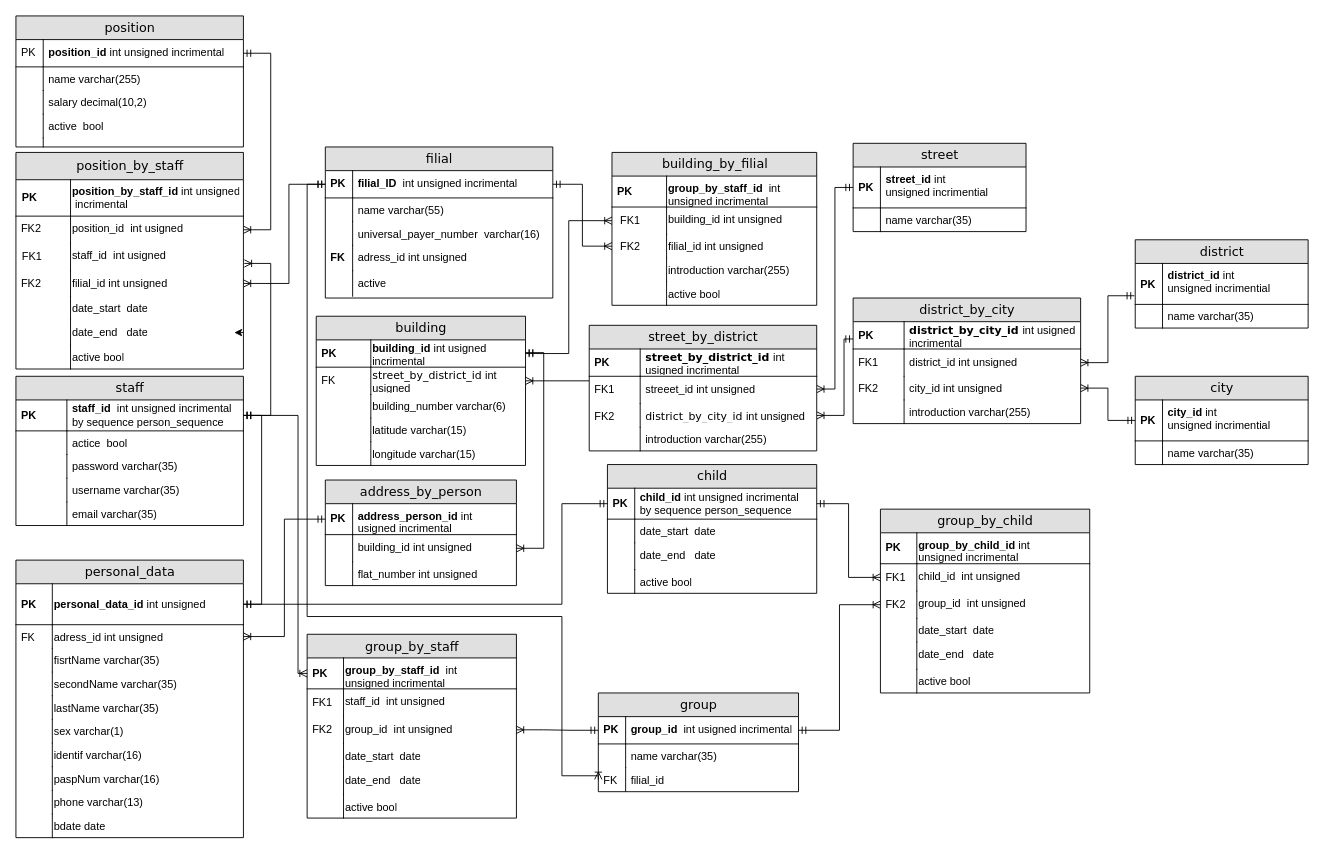
This is HA.drawio from 1LeoSkaR1/git-demo, a draw.io file, before an edit. Source tidied: cells renumbered, new cells numbered last; positions are measured from the earlier drawing's top-left corner, leaving out a move shared by most shapes. Both pictures are drawn from the tidied source at 91%, with x=0, y=0 at pixel (15, 15).
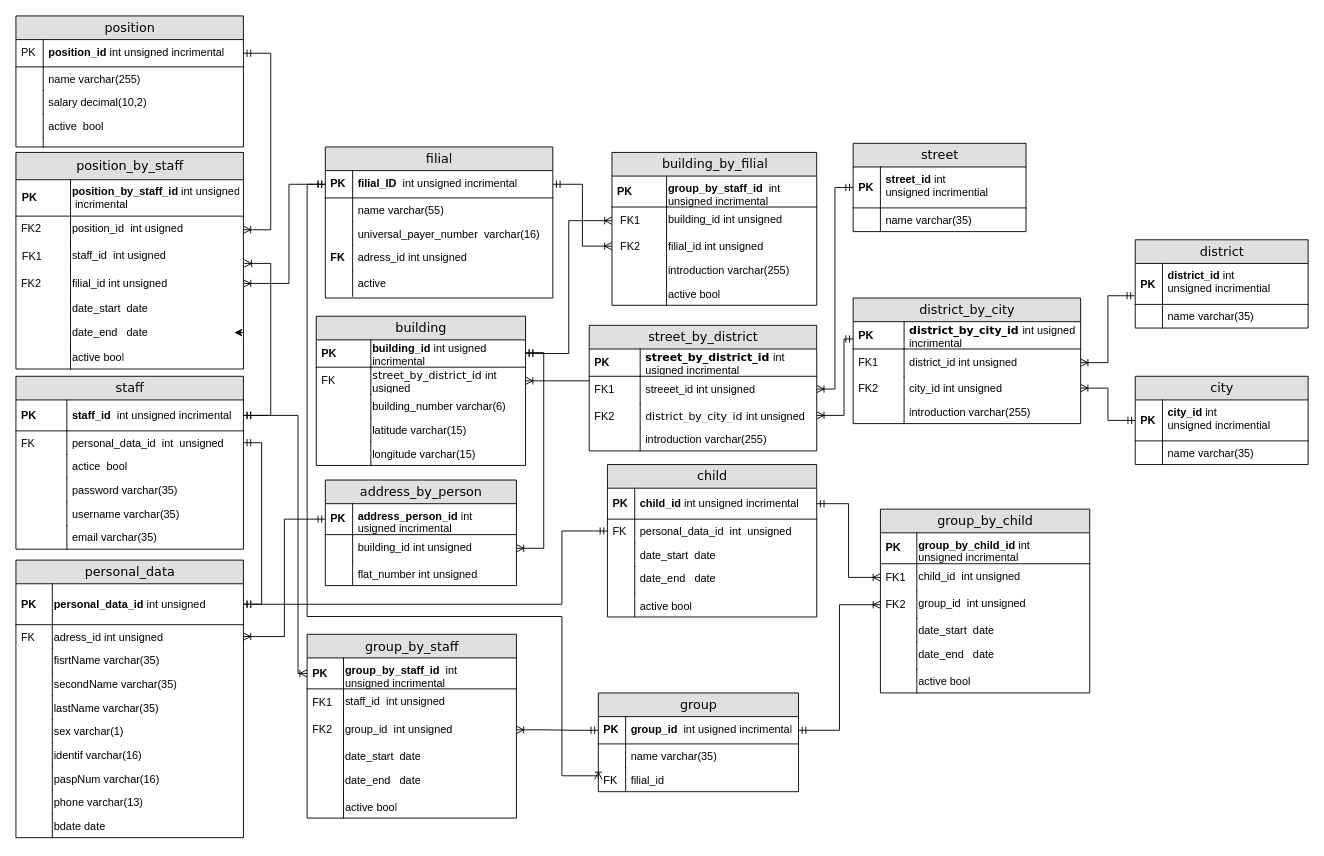
Above is the later version.

Unchanged cells that the change refers to:
```xml
<mxCell id="25" value="personal_data_id&amp;nbsp;&lt;span style=&quot;font-weight: 400 ; font-size: 12px&quot;&gt;int&amp;nbsp;&lt;/span&gt;&lt;span style=&quot;font-weight: 400&quot;&gt;unsigned&amp;nbsp;&lt;/span&gt;" style="shape=partialRectangle;top=0;left=0;right=0;bottom=1;html=1;align=left;verticalAlign=middle;fillColor=none;spacingLeft=40;spacingRight=4;whiteSpace=wrap;overflow=hidden;points=[[0,0.5],[1,0.5]];portConstraint=eastwest;fontStyle=1;fontSize=12;" parent="24" vertex="1">
  <mxGeometry y="26" width="250" height="45" as="geometry" />
</mxCell>
```

What changed in the source:
```diff
@@
     <mxCell id="2" value="staff" style="swimlane;html=1;fontStyle=0;horizontal=1;startSize=26;fillColor=#e0e0e0;swimlaneFillColor=#ffffff;align=center;rounded=0;shadow=0;comic=0;labelBackgroundColor=none;strokeWidth=1;fontFamily=Verdana;fontSize=14;" parent="1" vertex="1">
-      <mxGeometry y="396" width="250" height="164" as="geometry" />
+      <mxGeometry y="396" width="250" height="190" as="geometry" />
     </mxCell>
-    <mxCell id="3" value="staff_id&amp;nbsp;&lt;span style=&quot;font-weight: 400&quot;&gt;&amp;nbsp;int&amp;nbsp;&lt;/span&gt;&lt;span style=&quot;font-weight: 400&quot;&gt;unsigned&amp;nbsp;&lt;/span&gt;&lt;span style=&quot;font-weight: 400&quot;&gt;incrimental&lt;br&gt;by sequence person_&lt;/span&gt;&lt;span style=&quot;font-weight: 400&quot;&gt;sequence&amp;nbsp;&lt;/span&gt;&lt;span style=&quot;font-weight: 400&quot;&gt;&lt;br&gt;&lt;/span&gt;" style="shape=partialRectangle;top=0;left=0;right=0;bottom=1;html=1;align=left;verticalAlign=middle;fillColor=none;spacingLeft=60;spacingRight=4;whiteSpace=wrap;overflow=hidden;points=[[0,0.5],[1,0.5]];portConstraint=eastwest;fontStyle=1;" parent="2" vertex="1">
+    <mxCell id="3" value="staff_id&amp;nbsp;&lt;span style=&quot;font-weight: 400&quot;&gt;&amp;nbsp;int&amp;nbsp;&lt;/span&gt;&lt;span style=&quot;font-weight: 400&quot;&gt;unsigned&amp;nbsp;&lt;/span&gt;&lt;span style=&quot;font-weight: 400&quot;&gt;incrimental&lt;/span&gt;&lt;span style=&quot;font-weight: 400&quot;&gt;&lt;br&gt;&lt;/span&gt;" style="shape=partialRectangle;top=0;left=0;right=0;bottom=1;html=1;align=left;verticalAlign=middle;fillColor=none;spacingLeft=60;spacingRight=4;whiteSpace=wrap;overflow=hidden;points=[[0,0.5],[1,0.5]];portConstraint=eastwest;fontStyle=1;" parent="2" vertex="1">
       <mxGeometry y="26" width="250" height="34" as="geometry" />
     </mxCell>
@@
-    <mxCell id="5" value="actice&amp;nbsp; bool" style="shape=partialRectangle;top=0;left=0;right=0;bottom=0;html=1;align=left;verticalAlign=top;fillColor=none;spacingLeft=60;spacingRight=4;whiteSpace=wrap;overflow=hidden;points=[[0,0.5],[1,0.5]];portConstraint=eastwest;" parent="2" vertex="1">
+    <mxCell id="5" value="personal_data_id&amp;nbsp; int&amp;nbsp; unsigned" style="shape=partialRectangle;top=0;left=0;right=0;bottom=0;html=1;align=left;verticalAlign=top;fillColor=none;spacingLeft=60;spacingRight=4;whiteSpace=wrap;overflow=hidden;points=[[0,0.5],[1,0.5]];portConstraint=eastwest;" parent="2" vertex="1">
       <mxGeometry y="60" width="250" height="26" as="geometry" />
     </mxCell>
-    <mxCell id="6" style="shape=partialRectangle;top=0;left=0;bottom=0;html=1;fillColor=none;align=left;verticalAlign=top;spacingLeft=4;spacingRight=4;whiteSpace=wrap;overflow=hidden;" parent="5" vertex="1">
+    <mxCell id="6" value="FK" style="shape=partialRectangle;top=0;left=0;bottom=0;html=1;fillColor=none;align=left;verticalAlign=top;spacingLeft=4;spacingRight=4;whiteSpace=wrap;overflow=hidden;" parent="5" vertex="1">
       <mxGeometry width="56" height="26" as="geometry" />
     </mxCell>
+    <mxCell id="195" value="actice&amp;nbsp; bool" style="shape=partialRectangle;top=0;left=0;right=0;bottom=0;html=1;align=left;verticalAlign=top;fillColor=none;spacingLeft=60;spacingRight=4;whiteSpace=wrap;overflow=hidden;" parent="2" vertex="1">
+      <mxGeometry y="86" width="250" height="26" as="geometry" />
+    </mxCell>
+    <mxCell id="196" style="shape=partialRectangle;top=0;left=0;bottom=0;html=1;fillColor=none;align=left;verticalAlign=top;spacingLeft=4;spacingRight=4;whiteSpace=wrap;overflow=hidden;" parent="195" vertex="1">
+      <mxGeometry width="56" height="26" as="geometry" />
+    </mxCell>
     <mxCell id="7" value="password varchar(35)" style="shape=partialRectangle;top=0;left=0;right=0;bottom=0;html=1;align=left;verticalAlign=top;fillColor=none;spacingLeft=60;spacingRight=4;whiteSpace=wrap;overflow=hidden;" parent="2" vertex="1">
-      <mxGeometry y="86" width="250" height="26" as="geometry" />
+      <mxGeometry y="112" width="250" height="26" as="geometry" />
     </mxCell>
@@
     <mxCell id="9" value="username varchar(35)" style="shape=partialRectangle;top=0;left=0;right=0;bottom=0;html=1;align=left;verticalAlign=top;fillColor=none;spacingLeft=60;spacingRight=4;whiteSpace=wrap;overflow=hidden;" parent="2" vertex="1">
-      <mxGeometry y="112" width="250" height="26" as="geometry" />
+      <mxGeometry y="138" width="250" height="26" as="geometry" />
     </mxCell>
@@
     <mxCell id="11" value="email varchar(35)" style="shape=partialRectangle;top=0;left=0;right=0;bottom=0;html=1;align=left;verticalAlign=top;fillColor=none;spacingLeft=60;spacingRight=4;whiteSpace=wrap;overflow=hidden;" parent="2" vertex="1">
-      <mxGeometry y="138" width="250" height="26" as="geometry" />
+      <mxGeometry y="164" width="250" height="26" as="geometry" />
     </mxCell>
@@
     <mxCell id="52" value="child" style="swimlane;html=1;fontStyle=0;horizontal=1;startSize=26;fillColor=#e0e0e0;swimlaneFillColor=#ffffff;align=center;rounded=0;shadow=0;comic=0;labelBackgroundColor=none;strokeWidth=1;fontFamily=Verdana;fontSize=14;" parent="1" vertex="1">
-      <mxGeometry x="650" y="493" width="230" height="141.5" as="geometry" />
+      <mxGeometry x="650" y="493" width="230" height="167.5" as="geometry" />
     </mxCell>
-    <mxCell id="53" value="child_id &lt;span style=&quot;font-weight: 400&quot;&gt;int&amp;nbsp;&lt;/span&gt;&lt;span style=&quot;font-weight: 400&quot;&gt;unsigned&amp;nbsp;&lt;/span&gt;&lt;span style=&quot;font-weight: 400&quot;&gt;incrimental&lt;br&gt;by sequence person_&lt;/span&gt;&lt;span style=&quot;font-weight: 400&quot;&gt;sequence&lt;/span&gt;" style="shape=partialRectangle;top=0;left=0;right=0;bottom=1;html=1;align=left;verticalAlign=middle;fillColor=none;spacingLeft=34;spacingRight=4;whiteSpace=wrap;overflow=hidden;points=[[0,0.5],[1,0.5]];portConstraint=eastwest;fontStyle=1;" parent="52" vertex="1">
+    <mxCell id="53" value="child_id &lt;span style=&quot;font-weight: 400&quot;&gt;int&amp;nbsp;&lt;/span&gt;&lt;span style=&quot;font-weight: 400&quot;&gt;unsigned&amp;nbsp;&lt;/span&gt;&lt;span style=&quot;font-weight: 400&quot;&gt;incrimental&lt;br&gt;&lt;/span&gt;" style="shape=partialRectangle;top=0;left=0;right=0;bottom=1;html=1;align=left;verticalAlign=middle;fillColor=none;spacingLeft=34;spacingRight=4;whiteSpace=wrap;overflow=hidden;points=[[0,0.5],[1,0.5]];portConstraint=eastwest;fontStyle=1;" parent="52" vertex="1">
       <mxGeometry y="26" width="230" height="34" as="geometry" />
     </mxCell>
@@
-    <mxCell id="55" value="date_start&amp;nbsp; date" style="shape=partialRectangle;top=0;left=0;right=0;bottom=0;html=1;align=left;verticalAlign=top;fillColor=none;spacingLeft=34;spacingRight=4;whiteSpace=wrap;overflow=hidden;points=[[0,0.5],[1,0.5]];portConstraint=eastwest;" parent="52" vertex="1">
+    <mxCell id="55" value="personal_data_id&amp;nbsp; int&amp;nbsp; unsigned" style="shape=partialRectangle;top=0;left=0;right=0;bottom=0;html=1;align=left;verticalAlign=top;fillColor=none;spacingLeft=34;spacingRight=4;whiteSpace=wrap;overflow=hidden;points=[[0,0.5],[1,0.5]];portConstraint=eastwest;" parent="52" vertex="1">
       <mxGeometry y="60" width="230" height="26" as="geometry" />
     </mxCell>
-    <mxCell id="56" style="shape=partialRectangle;top=0;left=0;bottom=0;html=1;fillColor=none;align=left;verticalAlign=top;spacingLeft=4;spacingRight=4;whiteSpace=wrap;overflow=hidden;" parent="55" vertex="1">
+    <mxCell id="56" value="FK" style="shape=partialRectangle;top=0;left=0;bottom=0;html=1;fillColor=none;align=left;verticalAlign=top;spacingLeft=4;spacingRight=4;whiteSpace=wrap;overflow=hidden;" parent="55" vertex="1">
       <mxGeometry width="30" height="26" as="geometry" />
     </mxCell>
+    <mxCell id="197" value="date_start&amp;nbsp; date" style="shape=partialRectangle;top=0;left=0;right=0;bottom=0;html=1;align=left;verticalAlign=top;fillColor=none;spacingLeft=34;spacingRight=4;whiteSpace=wrap;overflow=hidden;" parent="52" vertex="1">
+      <mxGeometry y="86" width="230" height="26" as="geometry" />
+    </mxCell>
+    <mxCell id="198" style="shape=partialRectangle;top=0;left=0;bottom=0;html=1;fillColor=none;align=left;verticalAlign=top;spacingLeft=4;spacingRight=4;whiteSpace=wrap;overflow=hidden;" parent="197" vertex="1">
+      <mxGeometry width="30" height="26" as="geometry" />
+    </mxCell>
     <mxCell id="57" value="date_end&amp;nbsp; &amp;nbsp;date" style="shape=partialRectangle;top=0;left=0;right=0;bottom=0;html=1;align=left;verticalAlign=top;fillColor=none;spacingLeft=34;spacingRight=4;whiteSpace=wrap;overflow=hidden;" parent="52" vertex="1">
-      <mxGeometry y="86" width="230" height="29.5" as="geometry" />
+      <mxGeometry y="112" width="230" height="29.5" as="geometry" />
     </mxCell>
@@
     <mxCell id="59" value="active bool" style="shape=partialRectangle;top=0;left=0;right=0;bottom=0;html=1;align=left;verticalAlign=top;fillColor=none;spacingLeft=34;spacingRight=4;whiteSpace=wrap;overflow=hidden;" parent="52" vertex="1">
-      <mxGeometry y="115.5" width="230" height="26" as="geometry" />
+      <mxGeometry y="141.5" width="230" height="26" as="geometry" />
     </mxCell>
@@
-    <mxCell id="74" style="edgeStyle=elbowEdgeStyle;fontSize=12;html=1;endArrow=ERmandOne;startArrow=ERmandOne;rounded=0;exitX=1;exitY=0.5;exitDx=0;exitDy=0;elbow=vertical;entryX=1;entryY=0.5;entryDx=0;entryDy=0;" parent="1" edge="1" source="25" target="3">
+    <mxCell id="74" style="edgeStyle=elbowEdgeStyle;fontSize=12;html=1;endArrow=ERmandOne;startArrow=ERmandOne;rounded=0;exitX=1;exitY=0.5;exitDx=0;exitDy=0;elbow=vertical;entryX=1;entryY=0.5;entryDx=0;entryDy=0;" parent="1" edge="1" source="25" target="5">
       <mxGeometry relative="1" as="geometry">
         <Array as="points">
           <mxPoint x="270" y="550" />
         </Array>
       </mxGeometry>
     </mxCell>
@@
-    <mxCell id="119" style="edgeStyle=orthogonalEdgeStyle;fontSize=12;html=1;endArrow=ERmandOne;startArrow=ERmandOne;rounded=0;exitX=1;exitY=0.5;exitDx=0;exitDy=0;entryX=0;entryY=0.5;entryDx=0;entryDy=0;" parent="1" edge="1" source="25" target="53">
+    <mxCell id="119" style="edgeStyle=orthogonalEdgeStyle;fontSize=12;html=1;endArrow=ERmandOne;startArrow=ERmandOne;rounded=0;exitX=1;exitY=0.5;exitDx=0;exitDy=0;entryX=0;entryY=0.5;entryDx=0;entryDy=0;" parent="1" edge="1" source="25" target="55">
       <mxGeometry relative="1" as="geometry">
         <Array as="points">
           <mxPoint x="600" y="647" />
-          <mxPoint x="600" y="536" />
+          <mxPoint x="600" y="566" />
         </Array>
       </mxGeometry>
     </mxCell>
```
